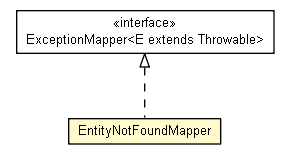
trajano/doxdb keeps this Graphviz diagram as doxdb-rest/apidocs/net/trajano/doxdb/rest/EntityNotFoundMapper.png. Above is the earlier version. Its source is kept beside it as doxdb-rest/apidocs/net/trajano/doxdb/rest/EntityNotFoundMapper.dot.
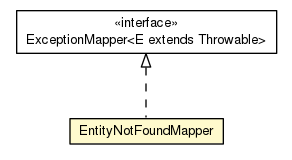
Later version of the same file.

The edit, as a diff of the source:
```diff
@@ -1,19 +1,19 @@
 
 digraph G {
-	edge [fontname="arial",fontsize=10,labelfontname="arial",labelfontsize=10];
-	node [fontname="arial",fontsize=10,shape=plaintext];
+	edge [fontname="Helvetica",fontsize=10,labelfontname="Helvetica",labelfontsize=10];
+	node [fontname="Helvetica",fontsize=10,shape=plaintext];
 	nodesep=0.25;
 	ranksep=0.5;
-	c181 [label=<<table title="net.trajano.doxdb.rest.EntityNotFoundMapper" border="0" cellborder="1" cellspacing="0" cellpadding="2" port="p" bgcolor="lemonChiffon" href="./EntityNotFoundMapper.html">
+	c180 [label=<<table title="net.trajano.doxdb.rest.EntityNotFoundMapper" border="0" cellborder="1" cellspacing="0" cellpadding="2" port="p" bgcolor="lemonChiffon" href="./EntityNotFoundMapper.html">
 		<tr><td><table border="0" cellspacing="0" cellpadding="1">
 <tr><td align="center" balign="center"> EntityNotFoundMapper </td></tr>
 		</table></td></tr>
-		</table>>, URL="./EntityNotFoundMapper.html", fontname="arial", fontcolor="black", fontsize=10.0];
-	c185:p -> c181:p [dir=back,arrowtail=empty,style=dashed];
+		</table>>, URL="./EntityNotFoundMapper.html", fontname="Helvetica", fontcolor="black", fontsize=10.0];
+	c185:p -> c180:p [dir=back,arrowtail=empty,style=dashed];
 	c185 [label=<<table title="javax.ws.rs.ext.ExceptionMapper" border="0" cellborder="1" cellspacing="0" cellpadding="2" port="p" href="http://java.sun.com/j2se/1.4.2/docs/api/javax/ws/rs/ext/ExceptionMapper.html">
 		<tr><td><table border="0" cellspacing="0" cellpadding="1">
 <tr><td align="center" balign="center"> &#171;interface&#187; </td></tr>
 <tr><td align="center" balign="center"> ExceptionMapper&lt;E extends Throwable&gt; </td></tr>
 		</table></td></tr>
-		</table>>, URL="http://java.sun.com/j2se/1.4.2/docs/api/javax/ws/rs/ext/ExceptionMapper.html", fontname="arial", fontcolor="black", fontsize=10.0];
+		</table>>, URL="http://java.sun.com/j2se/1.4.2/docs/api/javax/ws/rs/ext/ExceptionMapper.html", fontname="Helvetica", fontcolor="black", fontsize=10.0];
 }
```
